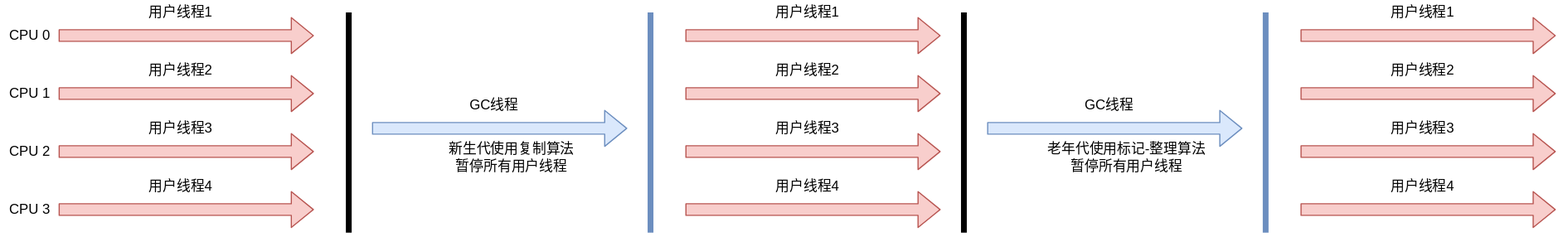
zzyandzzy/openjdk-jdk11u keeps this draw.io diagram as learn/src/main/resources/jvm/readme/static/uml/GC_Serial.svg. Above is the earlier version. Source tidied: cells renumbered, new cells last; positions are measured from the earlier drawing's top-left corner, leaving out a move shared by most shapes.
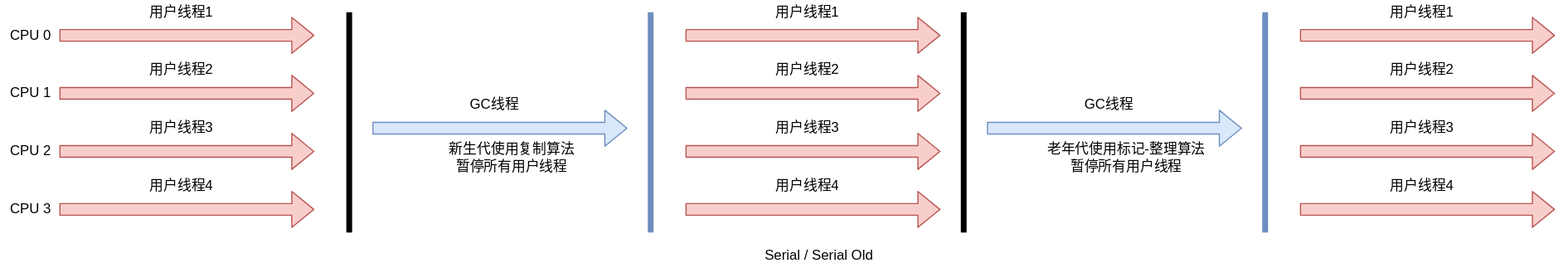
After the change.

Diff of the diagram source:
```diff
@@ -212,5 +212,8 @@
     <mxCell id="53" value="用户线程4" style="text;html=1;align=center;verticalAlign=middle;strokeColor=none;" parent="51" vertex="1">
       <mxGeometry x="110" width="70" height="20" as="geometry" />
     </mxCell>
+    <mxCell id="54" value="Serial / Serial Old" style="text;html=1;align=center;verticalAlign=middle;strokeColor=none;" parent="1" vertex="1">
+      <mxGeometry x="650" y="210" width="110" height="20" as="geometry" />
+    </mxCell>
   </root>
 </mxGraphModel>
```
